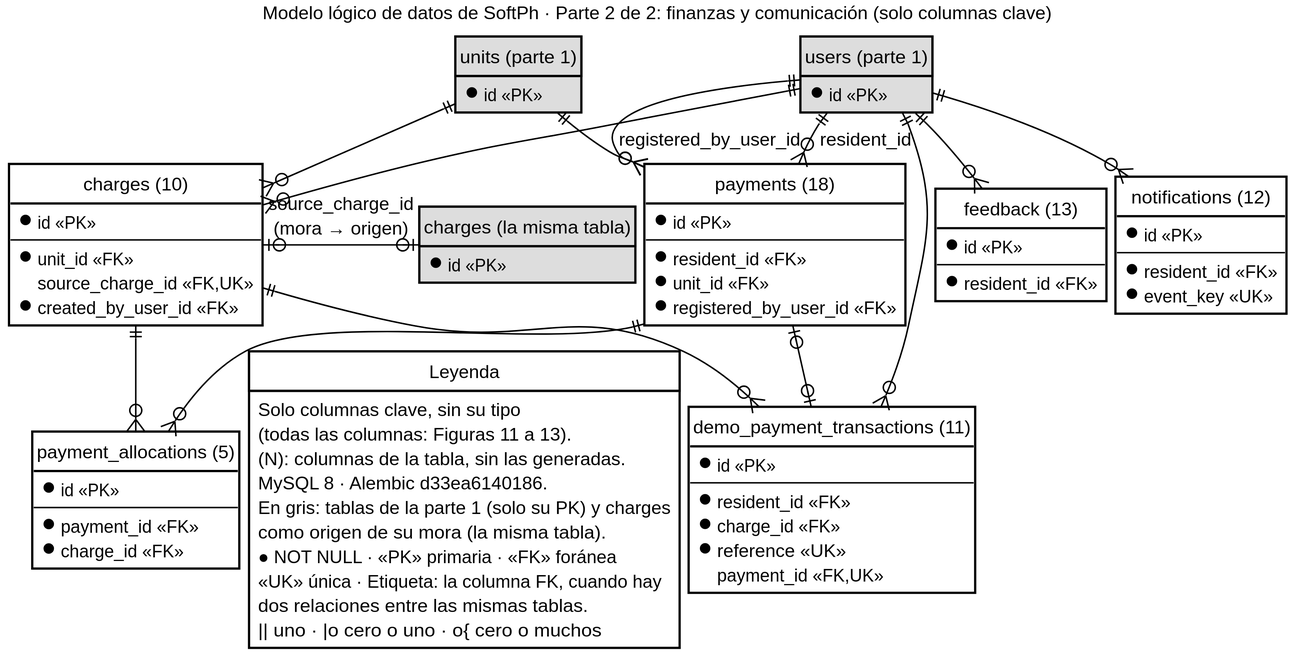
The PlantUML diagram docs/entrega-objetivos/modelo-datos/modelo-datos-completo-parte2.svg in yilberDev/SoftPh-Academico, before a commit.
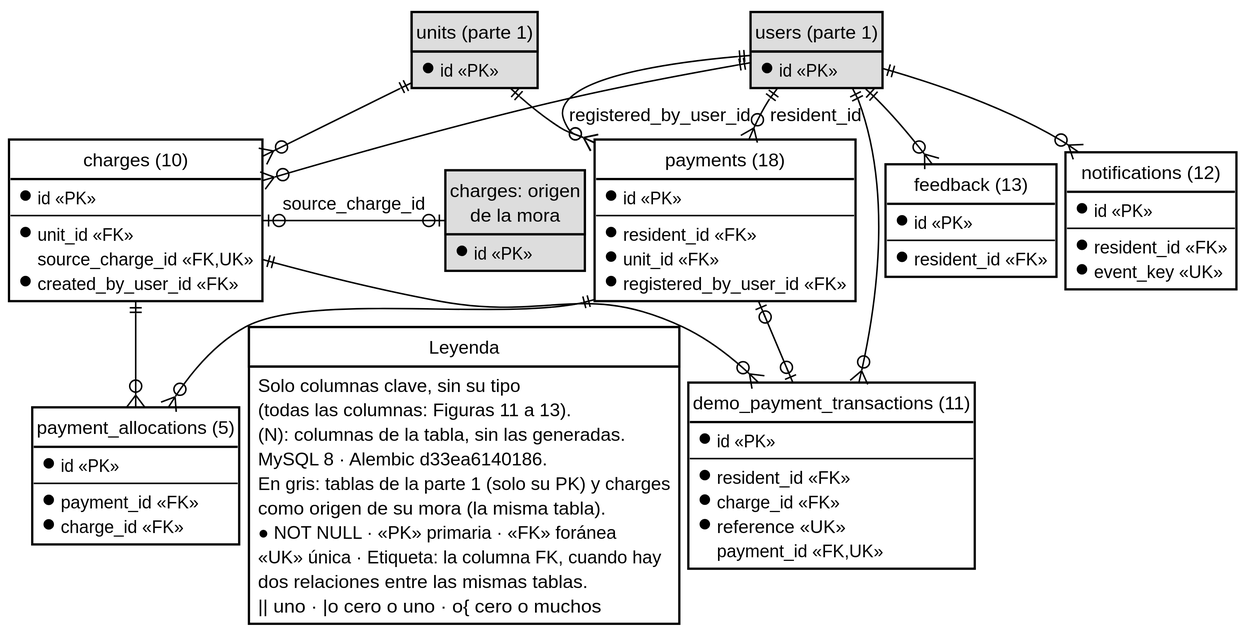
The same file after the commit.

Diff of the diagram source:
```diff
@@ -15,7 +15,6 @@
 top to bottom direction
 skinparam nodesep 6
 skinparam ranksep 10
-title Modelo lógico de datos de SoftPh · Parte 2 de 2: finanzas y comunicación (solo columnas clave)
 entity "units (parte 1)" as units #DDDDDD {
   *id <<PK>>
 }
@@ -26,7 +25,7 @@
   source_charge_id <<FK,UK>>
   *created_by_user_id <<FK>>
 }
-entity "charges (la misma tabla)" as charges_origen #DDDDDD {
+entity "charges: origen\nde la mora" as charges_origen #DDDDDD {
   *id <<PK>>
 }
 entity "payment_allocations (5)" as payment_allocations {
@@ -65,7 +64,7 @@
   *event_key <<UK>>
 }
 users ||--o{ charges
-charges |o-o| charges_origen : "source_charge_id\n(mora → origen)"
+charges |o-o| charges_origen : "   source_charge_id   "
 units ||--o{ charges
 charges ||--o{ demo_payment_transactions
 payments |o--o| demo_payment_transactions
```
